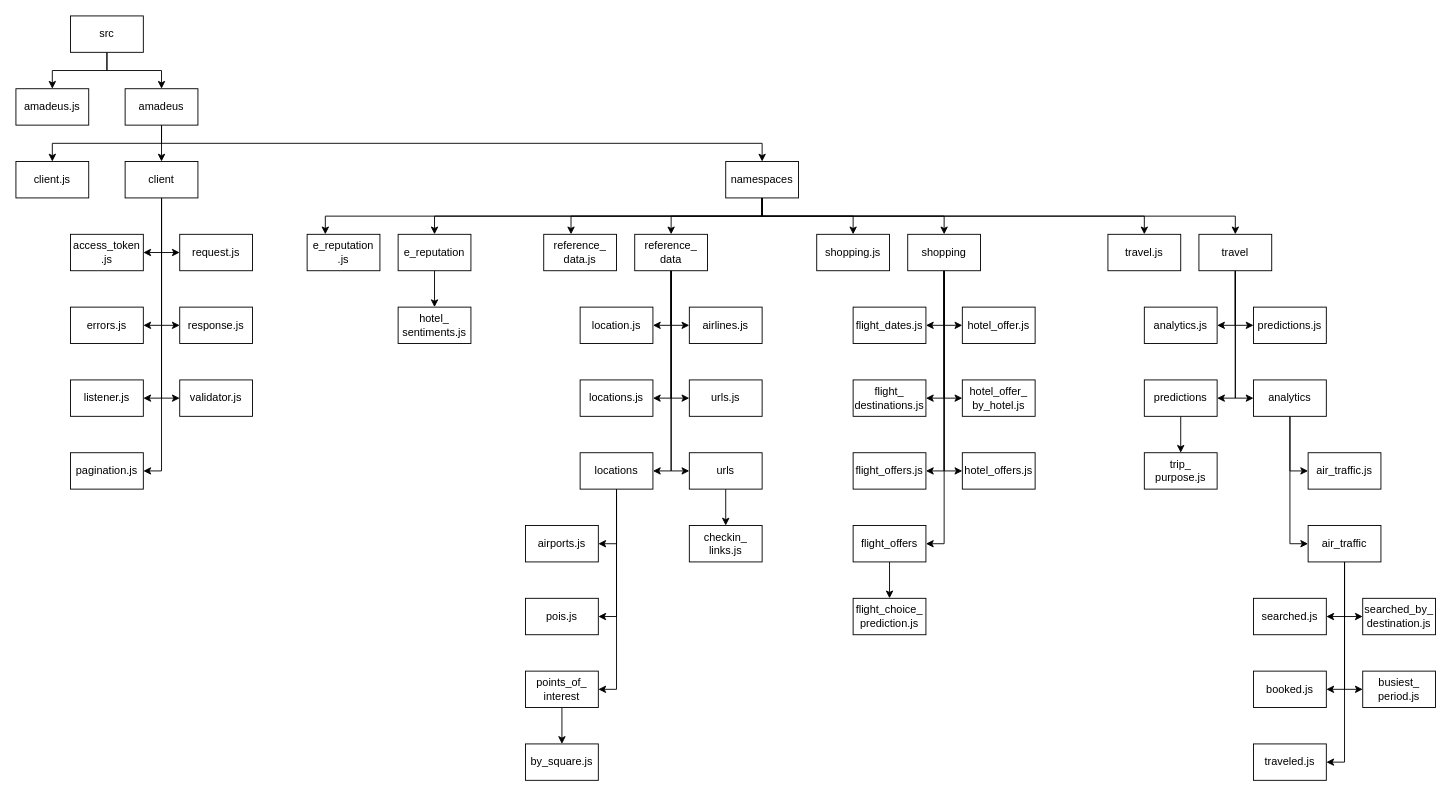
The draw.io diagram a4d/a4d-nodesdk-arch.drawio in akshitsingla/drawio-diagrams, before the edit. Source tidied: cells renumbered, new cells numbered last; positions are measured from the earlier drawing's top-left corner, leaving out a move shared by most shapes. Both pictures are drawn from the tidied source at 91%, with x=0, y=0 at pixel (15, 15).
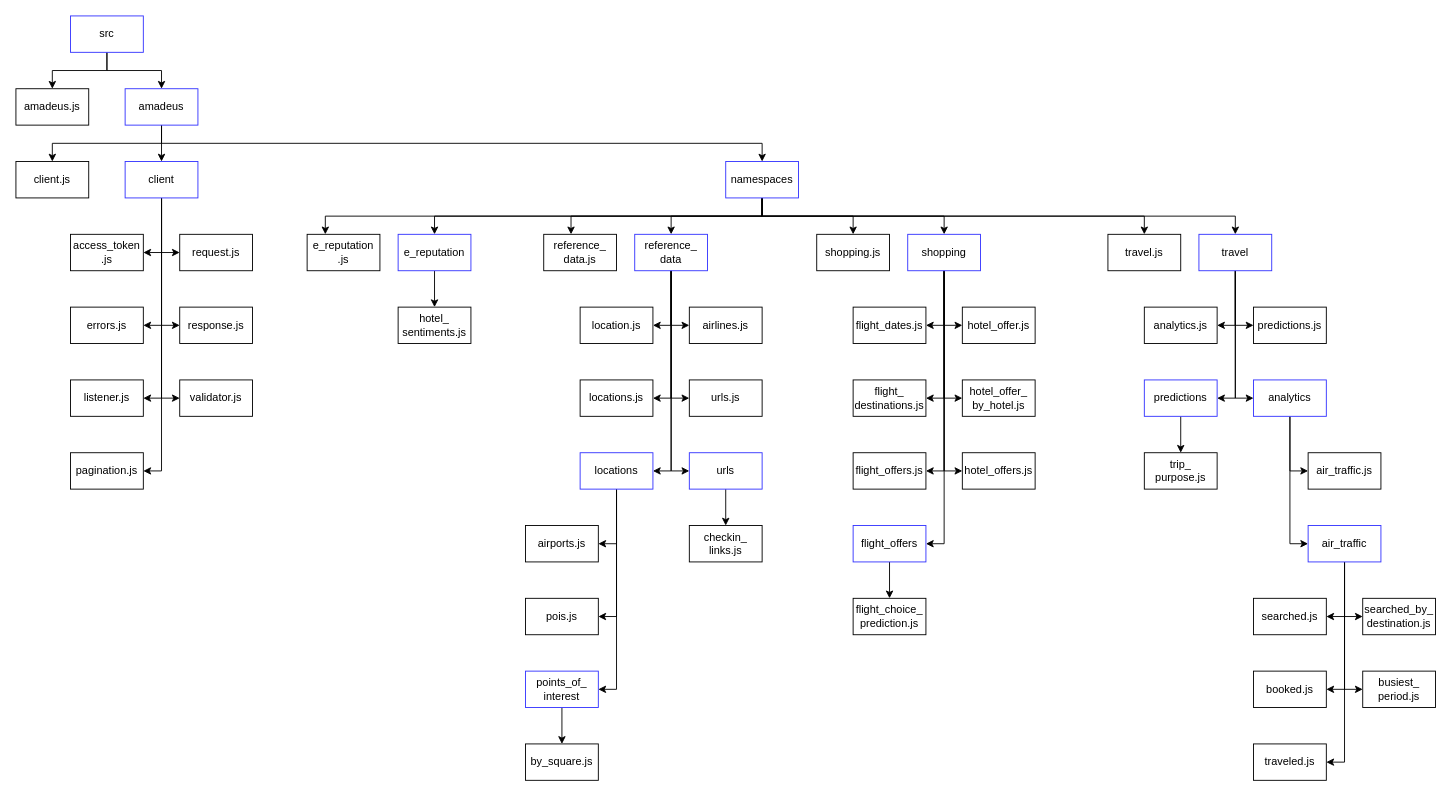
The same diagram, later.

What changed in the source:
```diff
@@
-    <mxCell id="4" value="src" style="rounded=0;whiteSpace=wrap;html=1;" parent="1" vertex="1">
+    <mxCell id="4" value="src" style="rounded=0;whiteSpace=wrap;html=1;strokeColor=#3333FF;" parent="1" vertex="1">
       <mxGeometry x="60" width="80" height="40" as="geometry" />
     </mxCell>
@@
-    <mxCell id="9" value="amadeus" style="rounded=0;whiteSpace=wrap;html=1;" parent="1" vertex="1">
+    <mxCell id="9" value="amadeus" style="rounded=0;whiteSpace=wrap;html=1;strokeColor=#3333FF;" parent="1" vertex="1">
       <mxGeometry x="120" y="80" width="80" height="40" as="geometry" />
     </mxCell>
@@
-    <mxCell id="18" value="client" style="rounded=0;whiteSpace=wrap;html=1;" parent="1" vertex="1">
+    <mxCell id="18" value="client" style="rounded=0;whiteSpace=wrap;html=1;strokeColor=#3333FF;" parent="1" vertex="1">
       <mxGeometry x="120" y="160" width="80" height="40" as="geometry" />
     </mxCell>
@@
-    <mxCell id="27" value="namespaces" style="rounded=0;whiteSpace=wrap;html=1;" parent="1" vertex="1">
+    <mxCell id="27" value="namespaces" style="rounded=0;whiteSpace=wrap;html=1;strokeColor=#3333FF;" parent="1" vertex="1">
       <mxGeometry x="780" y="160" width="80" height="40" as="geometry" />
     </mxCell>
@@
-    <mxCell id="37" value="e_reputation" style="rounded=0;whiteSpace=wrap;html=1;" parent="1" vertex="1">
+    <mxCell id="37" value="e_reputation" style="rounded=0;whiteSpace=wrap;html=1;strokeColor=#3333FF;" parent="1" vertex="1">
       <mxGeometry x="420" y="240" width="80" height="40" as="geometry" />
     </mxCell>
@@
-    <mxCell id="45" value="reference_&lt;br&gt;data" style="rounded=0;whiteSpace=wrap;html=1;" parent="1" vertex="1">
+    <mxCell id="45" value="reference_&lt;br&gt;data" style="rounded=0;whiteSpace=wrap;html=1;strokeColor=#3333FF;" parent="1" vertex="1">
       <mxGeometry x="680" y="240" width="80" height="40" as="geometry" />
     </mxCell>
@@
-    <mxCell id="54" value="shopping" style="rounded=0;whiteSpace=wrap;html=1;" parent="1" vertex="1">
+    <mxCell id="54" value="shopping" style="rounded=0;whiteSpace=wrap;html=1;strokeColor=#3333FF;" parent="1" vertex="1">
       <mxGeometry x="980" y="240" width="80" height="40" as="geometry" />
     </mxCell>
@@
-    <mxCell id="60" value="travel" style="rounded=0;whiteSpace=wrap;html=1;" parent="1" vertex="1">
+    <mxCell id="60" value="travel" style="rounded=0;whiteSpace=wrap;html=1;strokeColor=#3333FF;" parent="1" vertex="1">
       <mxGeometry x="1300" y="240" width="80" height="40" as="geometry" />
     </mxCell>
@@
-    <mxCell id="69" value="flight_offers" style="rounded=0;whiteSpace=wrap;html=1;" parent="1" vertex="1">
+    <mxCell id="69" value="flight_offers" style="rounded=0;whiteSpace=wrap;html=1;strokeColor=#3333FF;" parent="1" vertex="1">
       <mxGeometry x="920" y="560" width="80" height="40" as="geometry" />
     </mxCell>
@@
-    <mxCell id="76" value="locations" style="rounded=0;whiteSpace=wrap;html=1;" parent="1" vertex="1">
+    <mxCell id="76" value="locations" style="rounded=0;whiteSpace=wrap;html=1;strokeColor=#3333FF;" parent="1" vertex="1">
       <mxGeometry x="620" y="480" width="80" height="40" as="geometry" />
     </mxCell>
@@
-    <mxCell id="80" value="urls" style="rounded=0;whiteSpace=wrap;html=1;" parent="1" vertex="1">
+    <mxCell id="80" value="urls" style="rounded=0;whiteSpace=wrap;html=1;strokeColor=#3333FF;" parent="1" vertex="1">
       <mxGeometry x="740" y="480" width="80" height="40" as="geometry" />
     </mxCell>
@@
-    <mxCell id="85" value="points_of_&lt;br&gt;interest" style="rounded=0;whiteSpace=wrap;html=1;" parent="1" vertex="1">
+    <mxCell id="85" value="points_of_&lt;br&gt;interest" style="rounded=0;whiteSpace=wrap;html=1;strokeColor=#3333FF;" parent="1" vertex="1">
       <mxGeometry x="560" y="720" width="80" height="40" as="geometry" />
     </mxCell>
@@
-    <mxCell id="91" value="analytics" style="rounded=0;whiteSpace=wrap;html=1;" parent="1" vertex="1">
+    <mxCell id="91" value="analytics" style="rounded=0;whiteSpace=wrap;html=1;strokeColor=#3333FF;" parent="1" vertex="1">
       <mxGeometry x="1360" y="400" width="80" height="40" as="geometry" />
     </mxCell>
@@
-    <mxCell id="93" value="predictions" style="rounded=0;whiteSpace=wrap;html=1;" parent="1" vertex="1">
+    <mxCell id="93" value="predictions" style="rounded=0;whiteSpace=wrap;html=1;strokeColor=#3333FF;" parent="1" vertex="1">
       <mxGeometry x="1240" y="400" width="80" height="40" as="geometry" />
     </mxCell>
@@
-    <mxCell id="100" value="air_traffic" style="rounded=0;whiteSpace=wrap;html=1;" parent="1" vertex="1">
+    <mxCell id="100" value="air_traffic" style="rounded=0;whiteSpace=wrap;html=1;strokeColor=#3333FF;" parent="1" vertex="1">
       <mxGeometry x="1420" y="560" width="80" height="40" as="geometry" />
     </mxCell>
```
